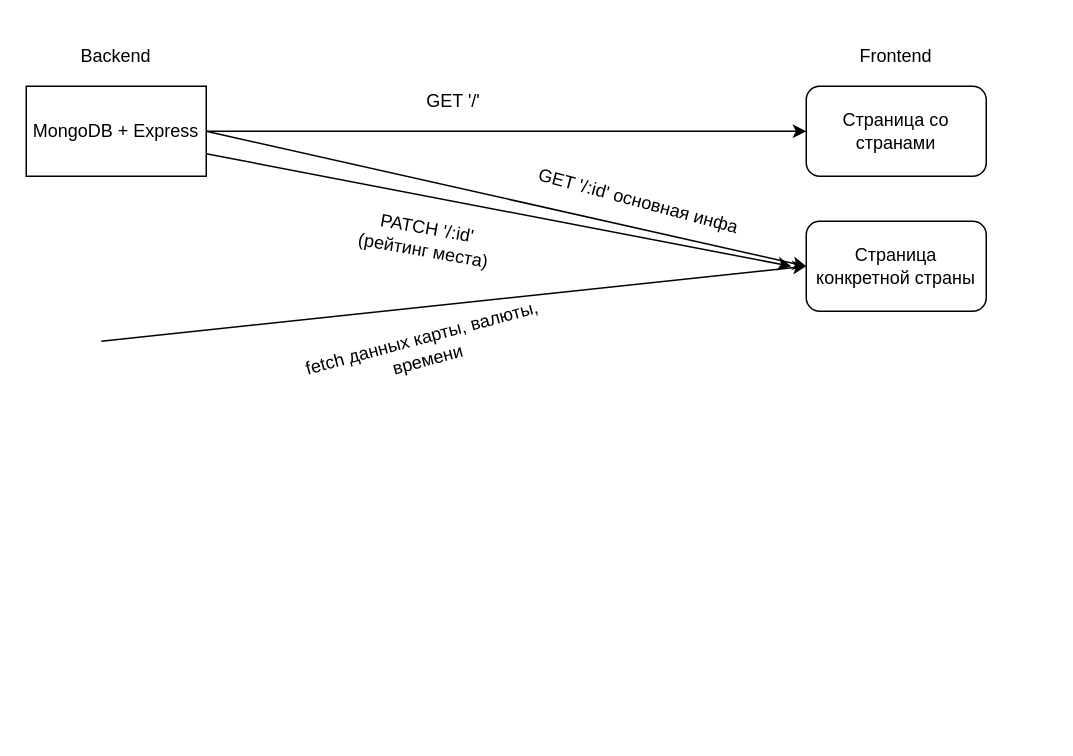
vzabavski/test-backend keeps this draw.io diagram as Untitled Diagram.drawio. Above is the earlier version. Source tidied: cells renumbered, new cells numbered last; positions are measured from the earlier drawing's top-left corner, leaving out a move shared by most shapes. Both pictures are drawn from the tidied source at 150%, with x=0, y=0 at pixel (26, 26).
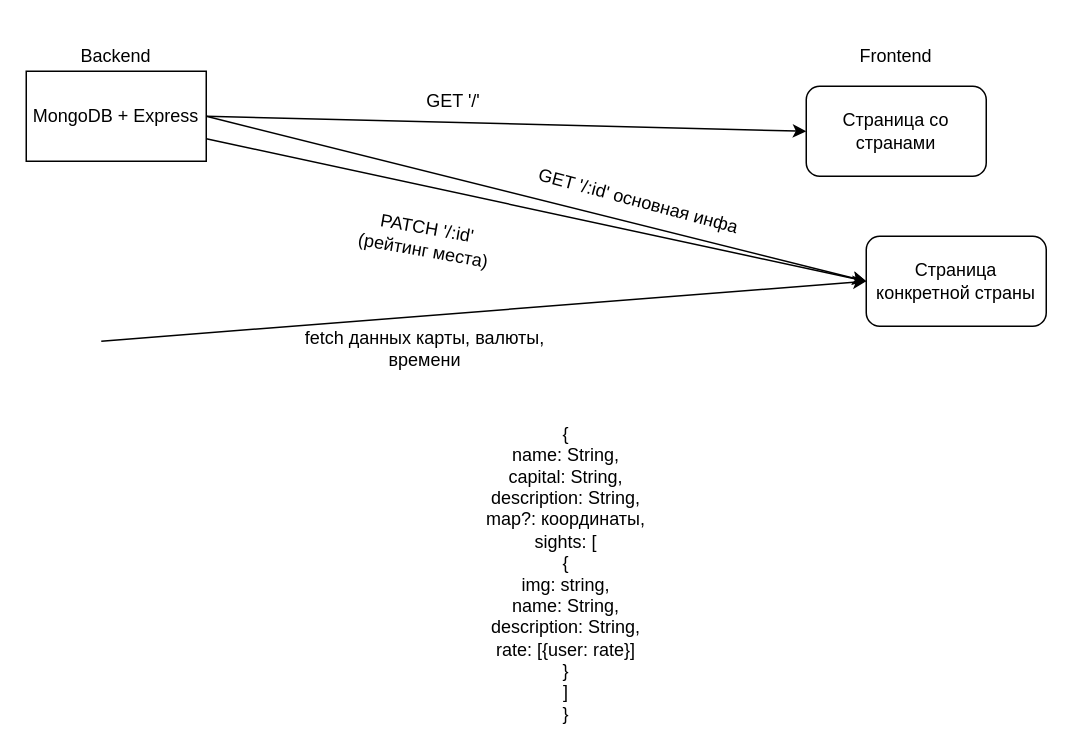
The same diagram, later.

Change to the diagram source:
```diff
@@
 <mxGraphModel>
   <root>
     <mxCell id="0" />
     <mxCell id="1" parent="0" />
     <mxCell id="2" value="Backend" style="text;html=1;strokeColor=none;fillColor=none;align=center;verticalAlign=middle;whiteSpace=wrap;rounded=0;" parent="1" vertex="1">
       <mxGeometry width="120" height="40" as="geometry" />
     </mxCell>
     <mxCell id="3" value="Frontend" style="text;html=1;strokeColor=none;fillColor=none;align=center;verticalAlign=middle;whiteSpace=wrap;rounded=0;" parent="1" vertex="1">
       <mxGeometry x="510" width="140" height="40" as="geometry" />
     </mxCell>
     <mxCell id="4" value="MongoDB + Express" style="rounded=0;whiteSpace=wrap;html=1;" parent="1" vertex="1">
-      <mxGeometry y="40" width="120" height="60" as="geometry" />
+      <mxGeometry y="30" width="120" height="60" as="geometry" />
     </mxCell>
     <mxCell id="5" value="Страница со странами" style="rounded=1;whiteSpace=wrap;html=1;" parent="1" vertex="1">
       <mxGeometry x="520" y="40" width="120" height="60" as="geometry" />
     </mxCell>
     <mxCell id="6" value="&lt;div&gt;Страница конкретной страны&lt;/div&gt;" style="rounded=1;whiteSpace=wrap;html=1;" parent="1" vertex="1">
-      <mxGeometry x="520" y="130" width="120" height="60" as="geometry" />
+      <mxGeometry x="560" y="140" width="120" height="60" as="geometry" />
     </mxCell>
     <mxCell id="7" style="endArrow=classic;html=1;exitX=1;exitY=0.5;exitDx=0;exitDy=0;entryX=0;entryY=0.5;entryDx=0;entryDy=0;" parent="1" edge="1" source="4" target="5">
       <mxGeometry relative="1" as="geometry" />
     </mxCell>
     <mxCell id="8" value="GET '/'" style="text;html=1;strokeColor=none;fillColor=none;align=center;verticalAlign=middle;whiteSpace=wrap;rounded=0;" parent="1" vertex="1">
       <mxGeometry x="220" y="40" width="130" height="20" as="geometry" />
     </mxCell>
     <mxCell id="9" style="endArrow=classic;html=1;exitX=1;exitY=0.5;exitDx=0;exitDy=0;entryX=0;entryY=0.5;entryDx=0;entryDy=0;" parent="1" edge="1" source="4" target="6">
       <mxGeometry relative="1" as="geometry" />
     </mxCell>
     <mxCell id="10" value="GET '/:id' основная инфа" style="text;html=1;strokeColor=none;fillColor=none;align=center;verticalAlign=middle;whiteSpace=wrap;rounded=0;rotation=15;" parent="1" vertex="1">
       <mxGeometry x="329.1" y="106.7" width="159.4" height="20" as="geometry" />
     </mxCell>
-    <mxCell id="11" style="endArrow=classic;html=1;" parent="1" edge="1">
+    <mxCell id="11" style="endArrow=classic;html=1;entryX=0;entryY=0.5;entryDx=0;entryDy=0;" parent="1" edge="1" target="6">
       <mxGeometry relative="1" as="geometry">
         <mxPoint x="50" y="210" as="sourcePoint" />
-        <mxPoint x="520" y="160" as="targetPoint" />
       </mxGeometry>
     </mxCell>
-    <mxCell id="12" value="fetch данных карты, валюты, времени" style="text;html=1;strokeColor=none;fillColor=none;align=center;verticalAlign=middle;whiteSpace=wrap;rounded=0;rotation=-15;" parent="1" vertex="1">
+    <mxCell id="12" value="fetch данных карты, валюты, времени" style="text;html=1;strokeColor=none;fillColor=none;align=center;verticalAlign=middle;whiteSpace=wrap;rounded=0;rotation=0;" parent="1" vertex="1">
       <mxGeometry x="182.2" y="200" width="167.8" height="30" as="geometry" />
     </mxCell>
-    <mxCell id="13" style="endArrow=classic;html=1;exitX=1;exitY=0.75;exitDx=0;exitDy=0;" parent="1" edge="1" source="4">
-      <mxGeometry relative="1" as="geometry">
-        <mxPoint x="510" y="160" as="targetPoint" />
-      </mxGeometry>
+    <mxCell id="13" style="endArrow=classic;html=1;exitX=1;exitY=0.75;exitDx=0;exitDy=0;entryX=0;entryY=0.5;entryDx=0;entryDy=0;" parent="1" edge="1" source="4" target="6">
+      <mxGeometry relative="1" as="geometry" />
     </mxCell>
     <mxCell id="14" value="&lt;div&gt;PATCH '/:id'&lt;/div&gt;&lt;div&gt;(рейтинг места)&lt;/div&gt;" style="text;html=1;strokeColor=none;fillColor=none;align=center;verticalAlign=middle;whiteSpace=wrap;rounded=0;rotation=10;" parent="1" vertex="1">
       <mxGeometry x="170.7" y="126.7" width="190.9" height="30" as="geometry" />
     </mxCell>
+    <mxCell id="15" value="&lt;div&gt;{&lt;/div&gt;&lt;div&gt;name: String,&lt;/div&gt;&lt;div&gt;capital: String,&lt;/div&gt;&lt;div&gt;description: String,&lt;/div&gt;&lt;div&gt;map?: координаты,&lt;/div&gt;&lt;div&gt;sights: [&lt;/div&gt;&lt;div&gt;{&lt;/div&gt;&lt;div&gt;img: string,&lt;/div&gt;&lt;div&gt;name: String,&lt;/div&gt;&lt;div&gt;description: String,&lt;/div&gt;&lt;div&gt;rate: [{user: rate}]&lt;br&gt;&lt;/div&gt;&lt;div&gt;}&lt;br&gt;&lt;/div&gt;&lt;div&gt;]&lt;br&gt;&lt;/div&gt;&lt;div&gt;}&lt;br&gt;&lt;/div&gt;" style="text;html=1;strokeColor=none;fillColor=none;align=center;verticalAlign=middle;whiteSpace=wrap;rounded=0;" parent="1" vertex="1">
+      <mxGeometry x="138.5" y="260" width="441.5" height="210" as="geometry" />
+    </mxCell>
   </root>
 </mxGraphModel>
```
